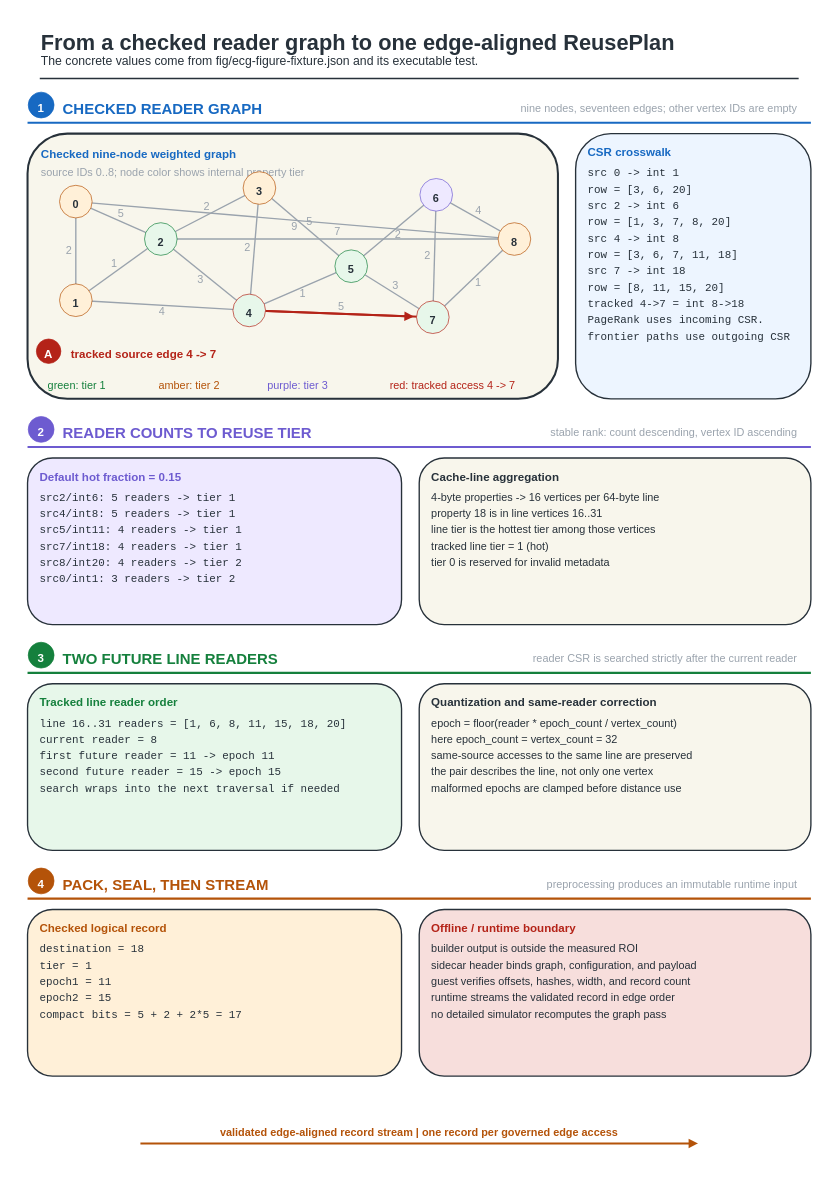
UVA-LavaLab/ECG_GrAPL keeps this draw.io diagram as fig/wiki_src/reuse-plan-flowthrough/reuse-plan-flowthrough-f01-offline-construction.drawio. Above is the earlier version. Source tidied: cells renumbered, new cells numbered last; positions are measured from the earlier drawing's top-left corner, leaving out a move shared by most shapes. Both pictures are drawn from the tidied source at 68%, with x=0, y=0 at pixel (11, 11).
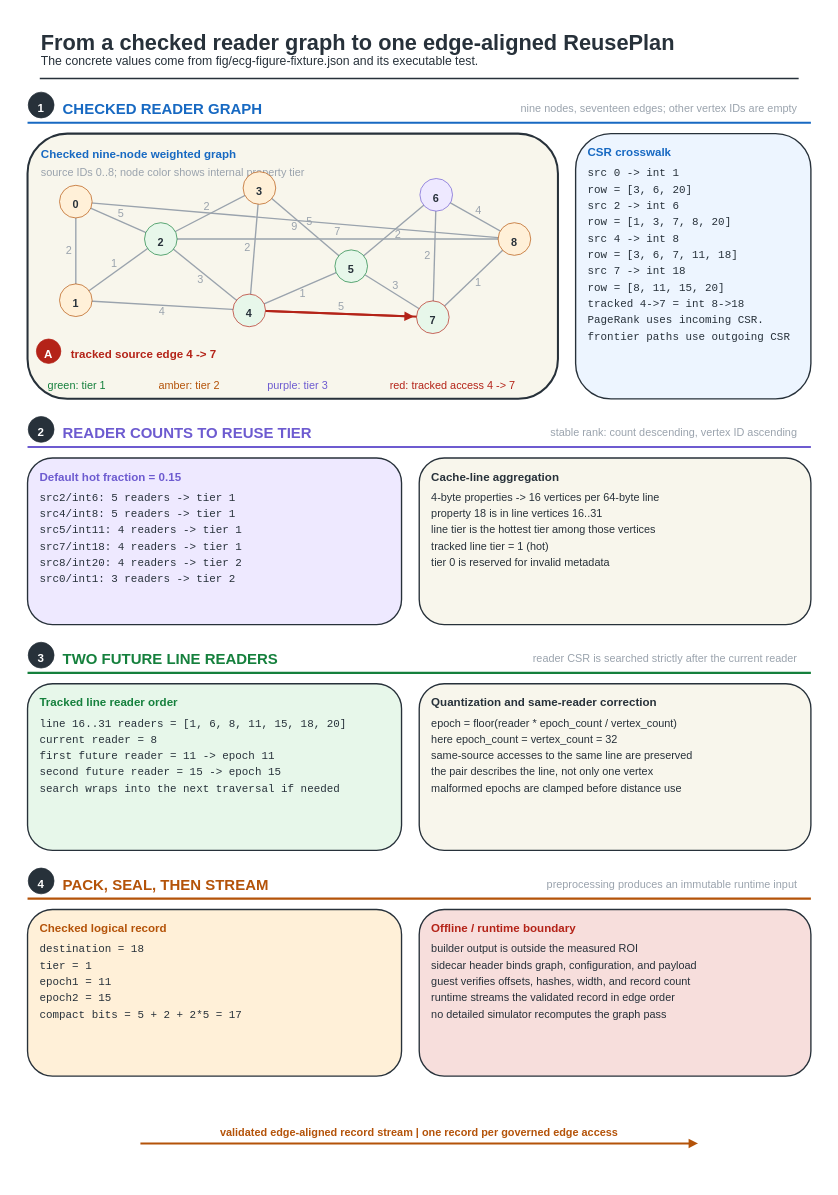
The same diagram, later.

Change to the diagram source:
```diff
@@
-    <mxCell id="6" style="ellipse;html=0;fillColor=#1769C2;strokeColor=#1769C2;strokeWidth=1;" parent="1" vertex="1">
+    <mxCell id="6" style="ellipse;html=0;fillColor=#27313A;strokeColor=#27313A;strokeWidth=1;" parent="1" vertex="1">
       <mxGeometry x="25" y="119" width="38" height="38" as="geometry" />
     </mxCell>
@@
-    <mxCell id="87" style="ellipse;html=0;fillColor=#6D5BD0;strokeColor=#6D5BD0;strokeWidth=1;" parent="1" vertex="1">
+    <mxCell id="87" style="ellipse;html=0;fillColor=#27313A;strokeColor=#27313A;strokeWidth=1;" parent="1" vertex="1">
       <mxGeometry x="25" y="596" width="38" height="38" as="geometry" />
     </mxCell>
@@
-    <mxCell id="107" style="ellipse;html=0;fillColor=#15803D;strokeColor=#15803D;strokeWidth=1;" parent="1" vertex="1">
+    <mxCell id="107" style="ellipse;html=0;fillColor=#27313A;strokeColor=#27313A;strokeWidth=1;" parent="1" vertex="1">
       <mxGeometry x="25" y="928" width="38" height="38" as="geometry" />
     </mxCell>
@@
-    <mxCell id="126" style="ellipse;html=0;fillColor=#B45309;strokeColor=#B45309;strokeWidth=1;" parent="1" vertex="1">
+    <mxCell id="126" style="ellipse;html=0;fillColor=#27313A;strokeColor=#27313A;strokeWidth=1;" parent="1" vertex="1">
       <mxGeometry x="25" y="1260" width="38" height="38" as="geometry" />
     </mxCell>
```
